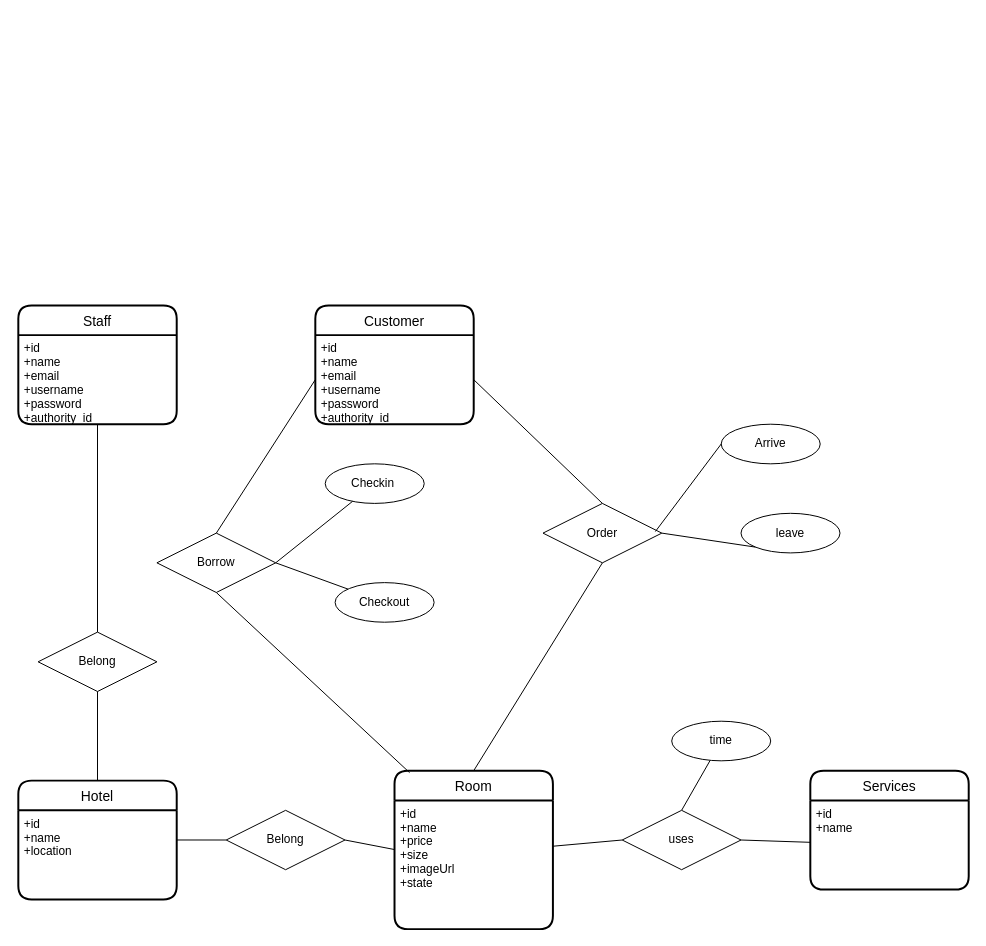
The draw.io diagram Entity.drawio in KIT2022G2/Project_Hotel_G2, before the edit. Source tidied: cells renumbered, new cells numbered last; positions are measured from the earlier drawing's top-left corner, leaving out a move shared by most shapes. Both pictures are drawn from the tidied source at 99%, with x=0, y=0 at pixel (18, 305).
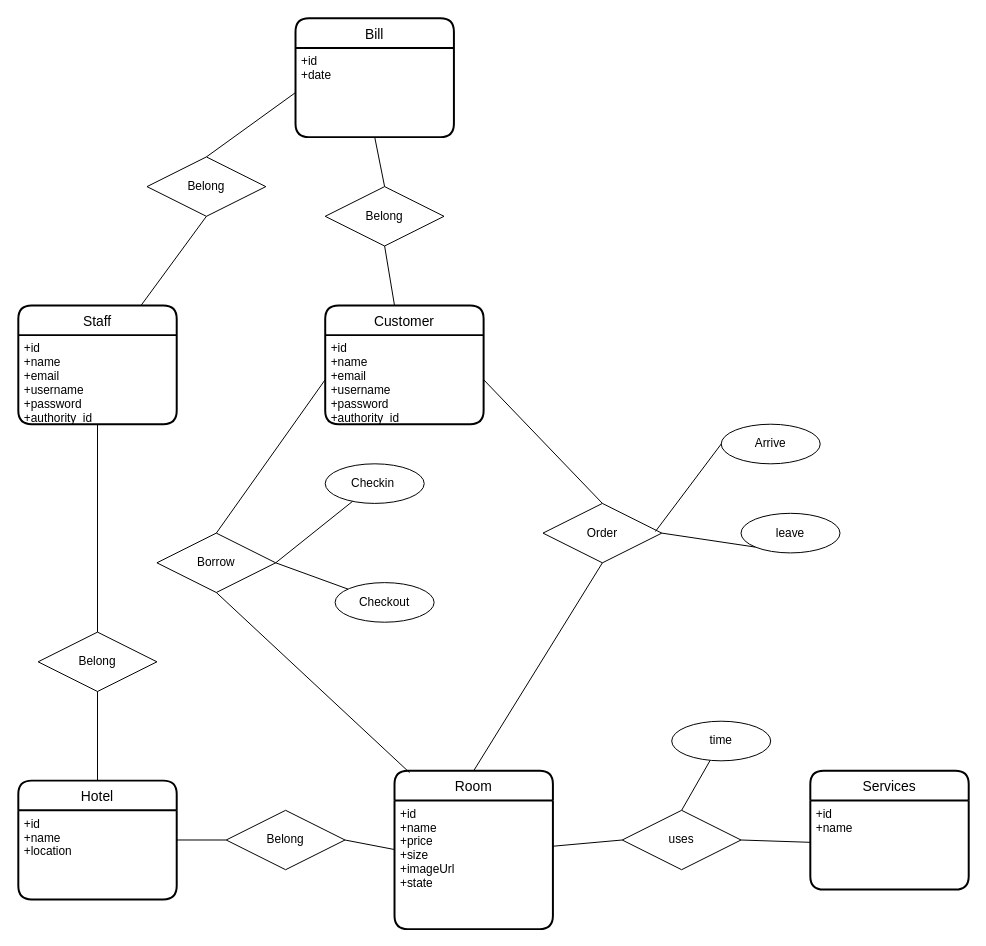
The same diagram, later.

Unchanged cells that the change refers to:
```xml
<mxCell id="2" value="Staff" style="swimlane;horizontal=1;startSize=30;rounded=1;fontSize=14;fontStyle=0;strokeWidth=2;shadow=0;dashed=0;align=center;" parent="1" vertex="1">
  <mxGeometry width="160" height="120" as="geometry" />
</mxCell>
```

What changed in the source:
```diff
@@
     <mxCell id="18" value="Customer" style="swimlane;horizontal=1;startSize=30;rounded=1;fontSize=14;fontStyle=0;strokeWidth=2;shadow=0;dashed=0;align=center;" parent="1" vertex="1">
-      <mxGeometry x="300" width="160" height="120" as="geometry" />
+      <mxGeometry x="310" width="160" height="120" as="geometry" />
     </mxCell>
@@
+    <mxCell id="37" value="Bill" style="swimlane;horizontal=1;startSize=30;rounded=1;fontSize=14;fontStyle=0;strokeWidth=2;shadow=0;dashed=0;align=center;" parent="1" vertex="1">
+      <mxGeometry x="280" y="-290" width="160" height="120" as="geometry" />
+    </mxCell>
+    <mxCell id="38" value="+id&#10;+date&#10;" style="align=left;strokeColor=none;fillColor=none;spacingLeft=4;fontSize=12;verticalAlign=top;" parent="37" vertex="1">
+      <mxGeometry y="30" width="160" height="90" as="geometry" />
+    </mxCell>
+    <mxCell id="39" style="endArrow=none;html=1;rounded=0;strokeWidth=1;exitX=0;exitY=0.5;exitDx=0;exitDy=0;entryX=0.5;entryY=0;entryDx=0;entryDy=0;" parent="1" edge="1" source="38" target="43">
+      <mxGeometry relative="1" as="geometry" />
+    </mxCell>
+    <mxCell id="40" value="Belong" style="shape=rhombus;perimeter=rhombusPerimeter;whiteSpace=wrap;html=1;align=center;" parent="1" vertex="1">
+      <mxGeometry x="310" y="-120" width="120" height="60" as="geometry" />
+    </mxCell>
+    <mxCell id="41" style="endArrow=none;html=1;rounded=0;strokeWidth=1;exitX=0.5;exitY=1;exitDx=0;exitDy=0;entryX=0.5;entryY=0;entryDx=0;entryDy=0;" parent="1" edge="1" source="38" target="40">
+      <mxGeometry relative="1" as="geometry" />
+    </mxCell>
+    <mxCell id="42" style="endArrow=none;html=1;rounded=0;strokeWidth=1;exitX=0.5;exitY=1;exitDx=0;exitDy=0;" parent="1" edge="1" source="40" target="18">
+      <mxGeometry relative="1" as="geometry" />
+    </mxCell>
+    <mxCell id="43" value="Belong" style="shape=rhombus;perimeter=rhombusPerimeter;whiteSpace=wrap;html=1;align=center;" parent="1" vertex="1">
+      <mxGeometry x="130" y="-150" width="120" height="60" as="geometry" />
+    </mxCell>
+    <mxCell id="44" style="endArrow=none;html=1;rounded=0;strokeWidth=1;exitX=0.5;exitY=1;exitDx=0;exitDy=0;" parent="1" edge="1" source="43" target="2">
+      <mxGeometry relative="1" as="geometry" />
+    </mxCell>
```
